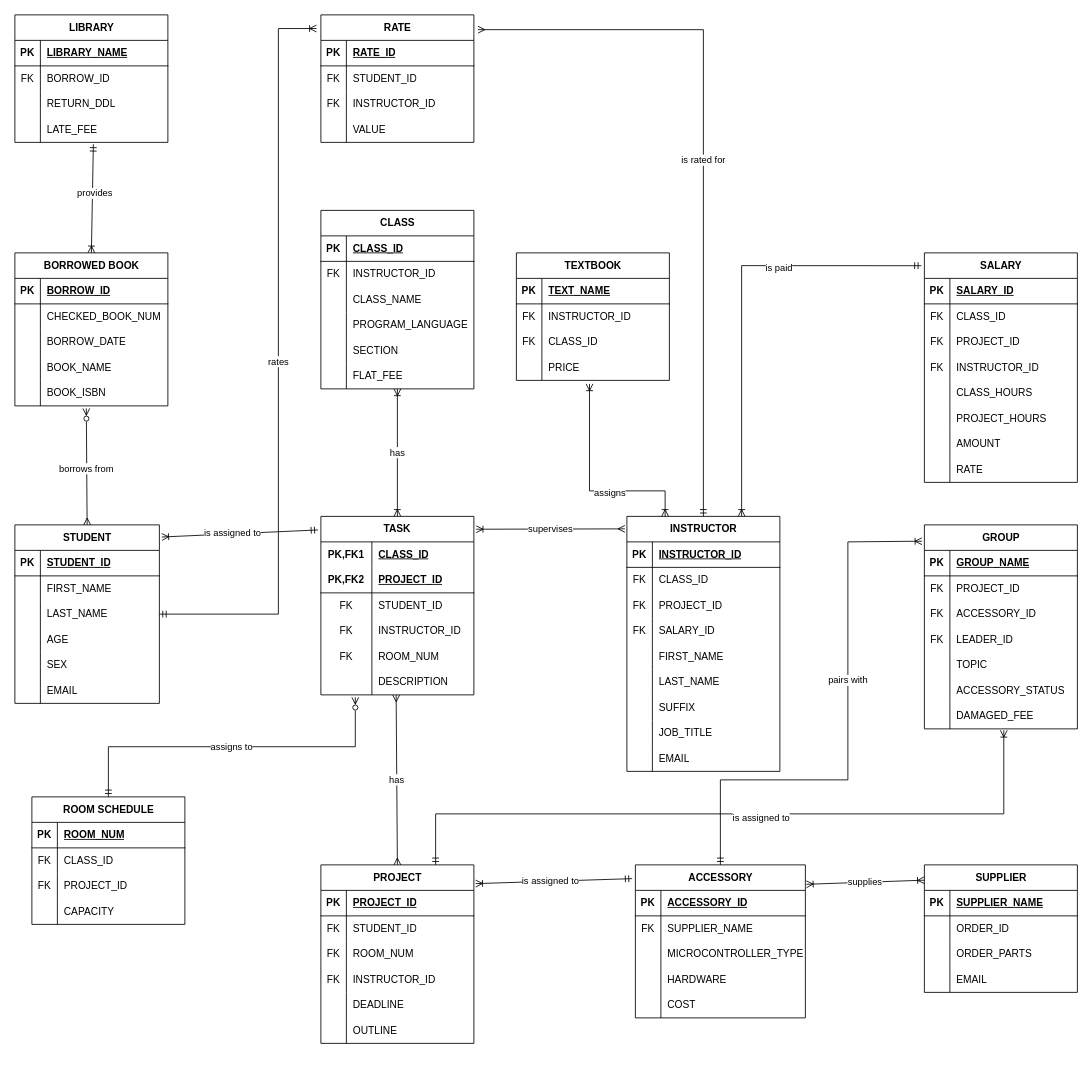
The draw.io diagram ER1.drawio in XeuphoriaXL/novelai_colab_chs, before the edit. Source tidied: cells renumbered, new cells numbered last; positions are measured from the earlier drawing's top-left corner, leaving out a move shared by most shapes. Both pictures are drawn from the tidied source at 85%, with x=0, y=0 at pixel (14, 14).
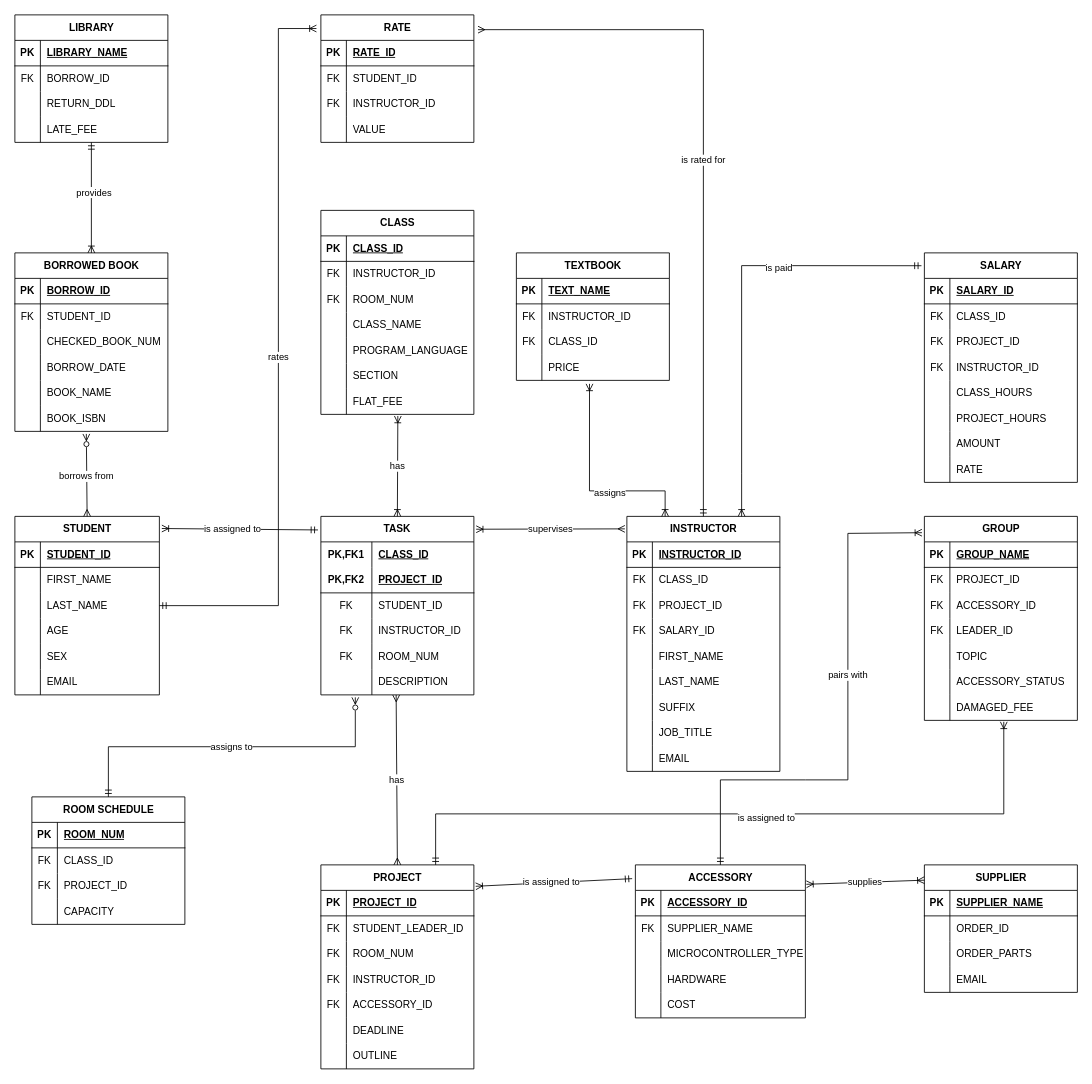
The same diagram, later.

Unchanged cells that the change refers to:
```xml
<mxCell id="21" value="TASK" style="shape=table;startSize=30;childLayout=tableLayout;rowLines=0;fontStyle=1;align=center;html=1;whiteSpace=wrap;" parent="1" vertex="1">
  <mxGeometry x="360" y="590" width="180" height="210" as="geometry" />
</mxCell>
<mxCell id="65" style="shape=tableRow;horizontal=0;startSize=0;swimlaneHead=0;swimlaneBody=0;fillColor=none;top=0;left=0;right=0;bottom=0;" parent="61" vertex="1">
  <mxGeometry y="60" width="180" height="30" as="geometry" />
</mxCell>
<mxCell id="111" value="ACCESSORY" style="shape=table;startSize=30;childLayout=tableLayout;rowLines=0;fontStyle=1;align=center;html=1;" parent="1" vertex="1">
  <mxGeometry x="730" y="1000" width="200" height="180" as="geometry" />
</mxCell>
<mxCell id="185" style="shape=tableRow;horizontal=0;startSize=0;swimlaneHead=0;swimlaneBody=0;fillColor=none;points=[[0,0.5],[1,0.5]];portConstraint=eastwest;top=0;left=0;right=0;bottom=0;" parent="175" vertex="1">
  <mxGeometry y="120" width="180" height="30" as="geometry" />
</mxCell>
```

What changed in the source:
```diff
@@
-<mxGraphModel>
+<mxGraphModel background="#ffffff">
@@
     <mxCell id="2" value="STUDENT" style="shape=table;startSize=30;childLayout=tableLayout;rowLines=0;fontStyle=1;align=center;html=1;" parent="1" vertex="1">
-      <mxGeometry y="600" width="170" height="210" as="geometry" />
+      <mxGeometry y="590" width="170" height="210" as="geometry" />
     </mxCell>
@@
     <mxCell id="42" value="CLASS" style="shape=table;startSize=30;childLayout=tableLayout;rowLines=0;fontStyle=1;align=center;html=1;" parent="1" vertex="1">
-      <mxGeometry x="360" y="230" width="180" height="210" as="geometry" />
+      <mxGeometry x="360" y="230" width="180" height="240" as="geometry" />
     </mxCell>
@@
+    <mxCell id="273" style="shape=tableRow;horizontal=0;startSize=0;swimlaneHead=0;swimlaneBody=0;fillColor=none;top=0;left=0;right=0;bottom=0;" parent="42" vertex="1">
+      <mxGeometry y="90" width="180" height="30" as="geometry" />
+    </mxCell>
+    <mxCell id="274" value="FK" style="shape=partialRectangle;fillColor=none;top=0;left=0;bottom=0;right=0;overflow=hidden;whiteSpace=wrap;html=1;" parent="273" vertex="1">
+      <mxGeometry width="30" height="30" as="geometry" />
+    </mxCell>
+    <mxCell id="275" value="ROOM_NUM" style="shape=partialRectangle;fillColor=none;top=0;left=0;bottom=0;right=0;align=left;spacingLeft=6;overflow=hidden;whiteSpace=wrap;html=1;" parent="273" vertex="1">
+      <mxGeometry x="30" width="150" height="30" as="geometry" />
+    </mxCell>
     <mxCell id="49" style="shape=tableRow;horizontal=0;startSize=0;swimlaneHead=0;swimlaneBody=0;fillColor=none;top=0;left=0;right=0;bottom=0;" parent="42" vertex="1">
-      <mxGeometry y="90" width="180" height="30" as="geometry" />
+      <mxGeometry y="120" width="180" height="30" as="geometry" />
     </mxCell>
@@
     <mxCell id="52" style="shape=tableRow;horizontal=0;startSize=0;swimlaneHead=0;swimlaneBody=0;fillColor=none;top=0;left=0;right=0;bottom=0;" parent="42" vertex="1">
-      <mxGeometry y="120" width="180" height="30" as="geometry" />
+      <mxGeometry y="150" width="180" height="30" as="geometry" />
     </mxCell>
@@
     <mxCell id="55" style="shape=tableRow;horizontal=0;startSize=0;swimlaneHead=0;swimlaneBody=0;fillColor=none;top=0;left=0;right=0;bottom=0;" parent="42" vertex="1">
-      <mxGeometry y="150" width="180" height="30" as="geometry" />
+      <mxGeometry y="180" width="180" height="30" as="geometry" />
     </mxCell>
@@
     <mxCell id="58" style="shape=tableRow;horizontal=0;startSize=0;swimlaneHead=0;swimlaneBody=0;fillColor=none;points=[[0,0.5],[1,0.5]];portConstraint=eastwest;top=0;left=0;right=0;bottom=0;" parent="42" vertex="1">
-      <mxGeometry y="180" width="180" height="30" as="geometry" />
+      <mxGeometry y="210" width="180" height="30" as="geometry" />
     </mxCell>
@@
     <mxCell id="61" value="PROJECT" style="shape=table;startSize=30;childLayout=tableLayout;rowLines=0;fontStyle=1;align=center;html=1;" parent="1" vertex="1">
-      <mxGeometry x="360" y="1000" width="180" height="210" as="geometry" />
+      <mxGeometry x="360" y="1000" width="180" height="240" as="geometry" />
     </mxCell>
@@
-    <mxCell id="67" value="STUDENT_ID" style="shape=partialRectangle;fillColor=none;top=0;left=0;bottom=0;right=0;align=left;spacingLeft=6;overflow=hidden;whiteSpace=wrap;html=1;" parent="65" vertex="1">
+    <mxCell id="67" value="STUDENT_LEADER_ID" style="shape=partialRectangle;fillColor=none;top=0;left=0;bottom=0;right=0;align=left;spacingLeft=6;overflow=hidden;whiteSpace=wrap;html=1;" parent="65" vertex="1">
       <mxGeometry x="30" width="150" height="30" as="geometry" />
     </mxCell>
@@
+    <mxCell id="276" style="shape=tableRow;horizontal=0;startSize=0;swimlaneHead=0;swimlaneBody=0;fillColor=none;top=0;left=0;right=0;bottom=0;" parent="61" vertex="1">
+      <mxGeometry y="150" width="180" height="30" as="geometry" />
+    </mxCell>
+    <mxCell id="277" value="FK" style="shape=partialRectangle;fillColor=none;top=0;left=0;bottom=0;right=0;overflow=hidden;whiteSpace=wrap;html=1;" parent="276" vertex="1">
+      <mxGeometry width="30" height="30" as="geometry" />
+    </mxCell>
+    <mxCell id="278" value="ACCESSORY_ID" style="shape=partialRectangle;fillColor=none;top=0;left=0;bottom=0;right=0;align=left;spacingLeft=6;overflow=hidden;whiteSpace=wrap;html=1;" parent="276" vertex="1">
+      <mxGeometry x="30" width="150" height="30" as="geometry" />
+    </mxCell>
     <mxCell id="74" style="shape=tableRow;horizontal=0;startSize=0;swimlaneHead=0;swimlaneBody=0;fillColor=none;top=0;left=0;right=0;bottom=0;" parent="61" vertex="1">
-      <mxGeometry y="150" width="180" height="30" as="geometry" />
+      <mxGeometry y="180" width="180" height="30" as="geometry" />
     </mxCell>
@@
     <mxCell id="77" style="shape=tableRow;horizontal=0;startSize=0;swimlaneHead=0;swimlaneBody=0;fillColor=none;top=0;left=0;right=0;bottom=0;" parent="61" vertex="1">
-      <mxGeometry y="180" width="180" height="30" as="geometry" />
+      <mxGeometry y="210" width="180" height="30" as="geometry" />
     </mxCell>
@@
-    <mxCell id="80" value="has" style="endArrow=ERoneToMany;html=1;rounded=0;entryX=0.5;entryY=0;entryDx=0;entryDy=0;startArrow=ERoneToMany;startFill=0;endFill=0;" parent="1" edge="1" target="21">
-      <mxGeometry relative="1" as="geometry">
-        <mxPoint x="450" y="440" as="sourcePoint" />
-      </mxGeometry>
+    <mxCell id="80" value="has" style="endArrow=ERoneToMany;html=1;rounded=0;entryX=0.5;entryY=0;entryDx=0;entryDy=0;startArrow=ERoneToMany;startFill=0;endFill=0;exitX=0.503;exitY=1.063;exitDx=0;exitDy=0;exitPerimeter=0;" parent="1" edge="1" source="58" target="21">
+      <mxGeometry relative="1" as="geometry" />
     </mxCell>
@@
     <mxCell id="157" value="BORROWED BOOK" style="shape=table;startSize=30;childLayout=tableLayout;rowLines=0;fontStyle=1;align=center;html=1;" parent="1" vertex="1">
-      <mxGeometry y="280" width="180" height="180" as="geometry" />
+      <mxGeometry y="280" width="180" height="210" as="geometry" />
     </mxCell>
@@
+    <mxCell id="279" style="shape=tableRow;horizontal=0;startSize=0;swimlaneHead=0;swimlaneBody=0;fillColor=none;top=0;left=0;right=0;bottom=0;" parent="157" vertex="1">
+      <mxGeometry y="60" width="180" height="30" as="geometry" />
+    </mxCell>
+    <mxCell id="280" value="FK" style="shape=partialRectangle;fillColor=none;top=0;left=0;bottom=0;right=0;overflow=hidden;whiteSpace=wrap;html=1;" parent="279" vertex="1">
+      <mxGeometry width="30" height="30" as="geometry" />
+    </mxCell>
+    <mxCell id="281" value="STUDENT_ID" style="shape=partialRectangle;fillColor=none;top=0;left=0;bottom=0;right=0;align=left;spacingLeft=6;overflow=hidden;whiteSpace=wrap;html=1;" parent="279" vertex="1">
+      <mxGeometry x="30" width="150" height="30" as="geometry" />
+    </mxCell>
     <mxCell id="161" style="shape=tableRow;horizontal=0;startSize=0;swimlaneHead=0;swimlaneBody=0;fillColor=none;top=0;left=0;right=0;bottom=0;" parent="157" vertex="1">
-      <mxGeometry y="60" width="180" height="30" as="geometry" />
+      <mxGeometry y="90" width="180" height="30" as="geometry" />
     </mxCell>
@@
     <mxCell id="164" style="shape=tableRow;horizontal=0;startSize=0;swimlaneHead=0;swimlaneBody=0;fillColor=none;top=0;left=0;right=0;bottom=0;" parent="157" vertex="1">
-      <mxGeometry y="90" width="180" height="30" as="geometry" />
+      <mxGeometry y="120" width="180" height="30" as="geometry" />
     </mxCell>
@@
     <mxCell id="167" style="shape=tableRow;horizontal=0;startSize=0;swimlaneHead=0;swimlaneBody=0;fillColor=none;top=0;left=0;right=0;bottom=0;" parent="157" vertex="1">
-      <mxGeometry y="120" width="180" height="30" as="geometry" />
+      <mxGeometry y="150" width="180" height="30" as="geometry" />
     </mxCell>
@@
     <mxCell id="170" style="shape=tableRow;horizontal=0;startSize=0;swimlaneHead=0;swimlaneBody=0;fillColor=none;points=[[0,0.5],[1,0.5]];portConstraint=eastwest;top=0;left=0;right=0;bottom=0;" parent="157" vertex="1">
-      <mxGeometry y="150" width="180" height="30" as="geometry" />
+      <mxGeometry y="180" width="180" height="30" as="geometry" />
     </mxCell>
@@
-    <mxCell id="188" style="endArrow=ERoneToMany;html=1;rounded=0;entryX=0.5;entryY=0;entryDx=0;entryDy=0;exitX=0.513;exitY=1.074;exitDx=0;exitDy=0;exitPerimeter=0;startArrow=ERmandOne;startFill=0;endFill=0;" parent="1" edge="1" source="185" target="157">
-      <mxGeometry relative="1" as="geometry" />
+    <mxCell id="188" style="endArrow=ERoneToMany;html=1;rounded=0;entryX=0.5;entryY=0;entryDx=0;entryDy=0;startArrow=ERmandOne;startFill=0;endFill=0;" parent="1" edge="1" target="157">
+      <mxGeometry relative="1" as="geometry">
+        <mxPoint x="90" y="150" as="sourcePoint" />
+      </mxGeometry>
     </mxCell>
@@
     <mxCell id="205" value="GROUP" style="shape=table;startSize=30;childLayout=tableLayout;rowLines=0;fontStyle=1;align=center;html=1;" parent="1" vertex="1">
-      <mxGeometry x="1070" y="600" width="180" height="240" as="geometry" />
+      <mxGeometry x="1070" y="590" width="180" height="240" as="geometry" />
     </mxCell>
@@
     <mxCell id="229" style="endArrow=ERmandOne;html=1;entryX=0.5;entryY=0;entryDx=0;entryDy=0;elbow=vertical;rounded=0;startArrow=ERoneToMany;startFill=0;endFill=0;exitX=-0.016;exitY=0.08;exitDx=0;exitDy=0;exitPerimeter=0;" parent="1" edge="1" source="205" target="111">
       <mxGeometry relative="1" as="geometry">
         <Array as="points">
-          <mxPoint x="980" y="620" />
+          <mxPoint x="980" y="610" />
           <mxPoint x="980" y="900" />
           <mxPoint x="930" y="900" />
           <mxPoint x="830" y="900" />
           <mxPoint x="830" y="940" />
         </Array>
       </mxGeometry>
     </mxCell>
```
